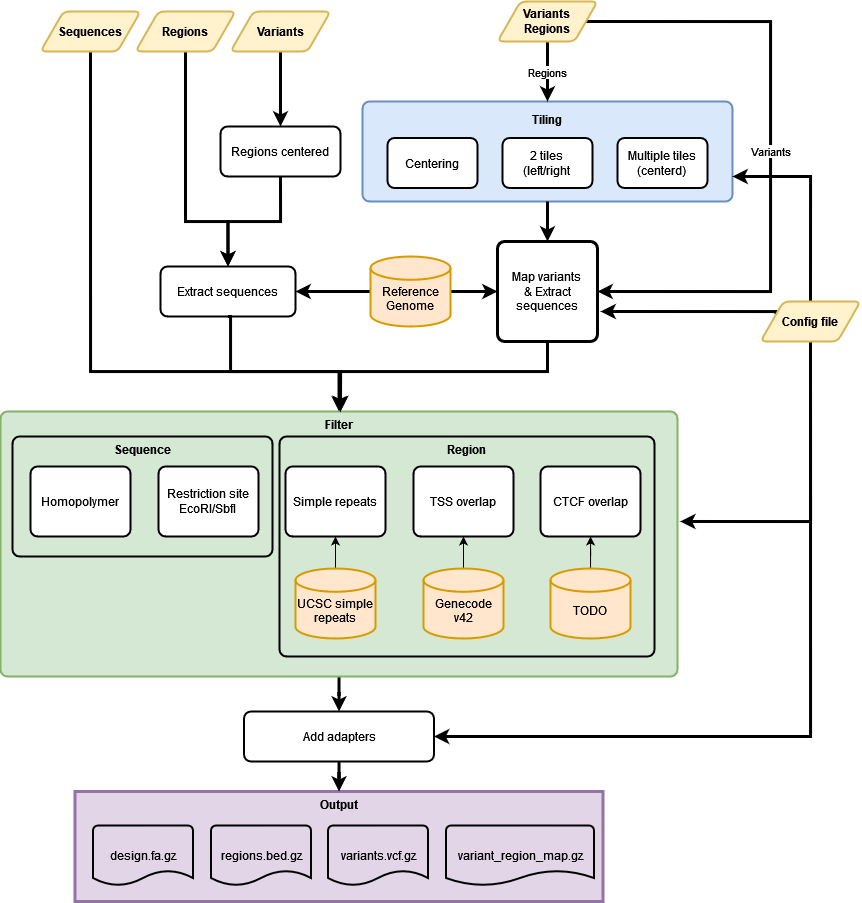
Before: MPRAOligoDesign.png, a diagram exported from draw.io (kircherlab/MPRAOligoDesign). Source tidied: cells renumbered, new cells last; positions are measured from the earlier drawing's top-left corner, leaving out a move shared by most shapes.
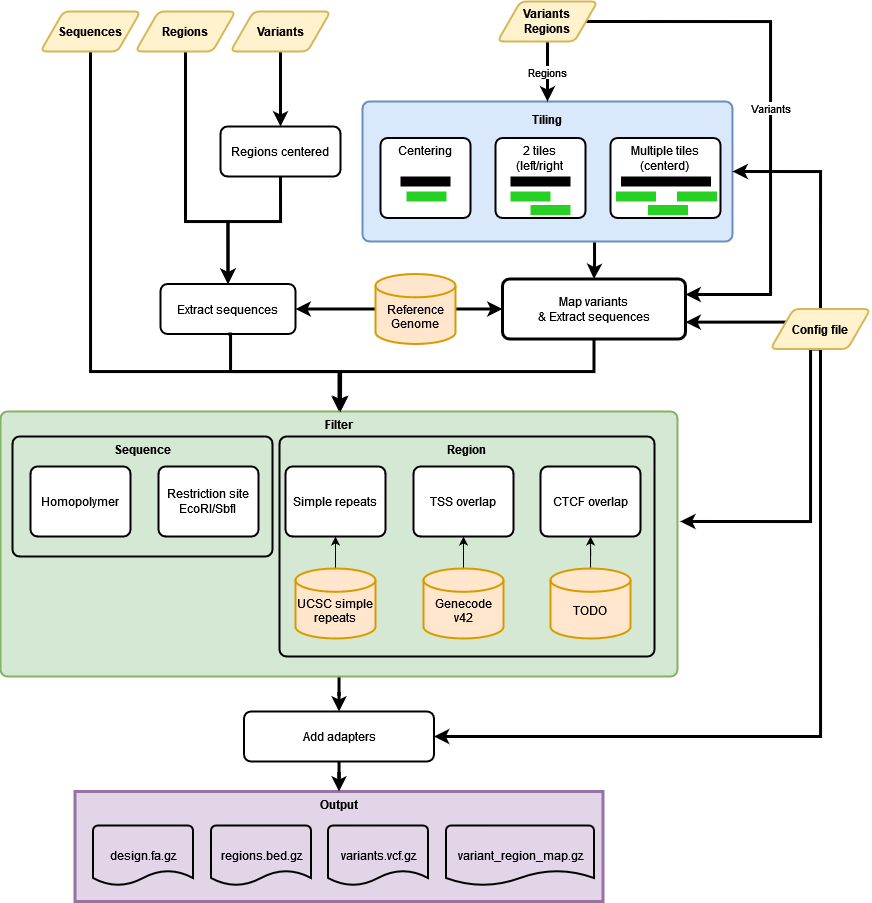
The same file after the commit.

Diff of the diagram source:
```diff
@@ -3,7 +3,7 @@
     <mxCell id="0" />
     <mxCell id="1" parent="0" />
     <mxCell id="2" value="&lt;p style=&quot;line-height: 0%;&quot;&gt;Tiling&lt;/p&gt;" style="rounded=1;whiteSpace=wrap;html=1;absoluteArcSize=1;arcSize=14;strokeWidth=2;glass=0;fillColor=#dae8fc;horizontal=1;verticalAlign=top;strokeColor=#6c8ebf;fontStyle=1;" parent="1" vertex="1">
-      <mxGeometry x="362" y="100" width="370" height="100" as="geometry" />
+      <mxGeometry x="362" y="100" width="370" height="140" as="geometry" />
     </mxCell>
     <mxCell id="3" style="edgeStyle=orthogonalEdgeStyle;rounded=0;jumpSize=6;jettySize=auto;html=1;shadow=0;strokeWidth=3;" parent="1" edge="1" source="4" target="53">
       <mxGeometry relative="1" as="geometry" />
@@ -48,11 +48,12 @@
     <mxCell id="13" value="Regions" style="edgeStyle=orthogonalEdgeStyle;rounded=0;jettySize=auto;html=1;exitX=0.5;exitY=1;exitDx=0;exitDy=0;entryX=0.5;entryY=0;entryDx=0;entryDy=0;strokeWidth=3;" parent="1" edge="1" source="15" target="2">
       <mxGeometry relative="1" as="geometry" />
     </mxCell>
-    <mxCell id="14" value="Variants" style="edgeStyle=orthogonalEdgeStyle;rounded=0;jettySize=auto;html=1;exitX=1;exitY=0.5;exitDx=0;exitDy=0;entryX=1;entryY=0.5;entryDx=0;entryDy=0;shadow=0;jumpSize=6;strokeWidth=3;" parent="1" edge="1" source="15" target="35">
+    <mxCell id="14" value="Variants" style="edgeStyle=orthogonalEdgeStyle;rounded=0;jettySize=auto;html=1;exitX=1;exitY=0.5;exitDx=0;exitDy=0;entryX=1;entryY=0.25;entryDx=0;entryDy=0;shadow=0;jumpSize=6;strokeWidth=3;" parent="1" edge="1" source="15" target="35">
       <mxGeometry relative="1" as="geometry">
         <Array as="points">
           <mxPoint x="770" y="20" />
-          <mxPoint x="770" y="290" />
+          <mxPoint x="770" y="293" />
+          <mxPoint x="685" y="293" />
         </Array>
       </mxGeometry>
     </mxCell>
@@ -66,7 +67,7 @@
       <mxGeometry relative="1" as="geometry" />
     </mxCell>
     <mxCell id="18" value="&lt;div&gt;&lt;br&gt;&lt;/div&gt;&lt;div&gt;Reference Genome&lt;/div&gt;" style="strokeWidth=2;html=1;shape=mxgraph.flowchart.database;whiteSpace=wrap;fillColor=#ffe6cc;strokeColor=#d79b00;" parent="1" vertex="1">
-      <mxGeometry x="370" y="255" width="80" height="70" as="geometry" />
+      <mxGeometry x="375" y="272.5" width="80" height="70" as="geometry" />
     </mxCell>
     <mxCell id="19" style="edgeStyle=orthogonalEdgeStyle;rounded=0;jettySize=auto;html=1;" parent="1" edge="1" source="20" target="29">
       <mxGeometry relative="1" as="geometry" />
@@ -95,7 +96,7 @@
       </mxGeometry>
     </mxCell>
     <mxCell id="24" value="Extract sequences" style="rounded=1;whiteSpace=wrap;html=1;absoluteArcSize=1;arcSize=14;strokeWidth=2;glass=0;fillColor=none;" parent="1" vertex="1">
-      <mxGeometry x="160" y="265" width="135" height="50" as="geometry" />
+      <mxGeometry x="160" y="282.5" width="135" height="50" as="geometry" />
     </mxCell>
     <mxCell id="25" value="CTCF overlap" style="rounded=1;whiteSpace=wrap;html=1;absoluteArcSize=1;arcSize=14;strokeWidth=2;glass=0;" parent="1" vertex="1">
       <mxGeometry x="540" y="465" width="100" height="70" as="geometry" />
@@ -128,29 +129,17 @@
       <mxGeometry relative="1" as="geometry">
         <mxPoint x="340" y="410" as="targetPoint" />
         <Array as="points">
-          <mxPoint x="547" y="370" />
+          <mxPoint x="594" y="370" />
           <mxPoint x="340" y="370" />
         </Array>
       </mxGeometry>
     </mxCell>
     <mxCell id="35" value="Map variants&lt;br&gt;&amp;amp; Extract sequences" style="rounded=1;whiteSpace=wrap;html=1;absoluteArcSize=1;arcSize=14;strokeWidth=3;fillColor=none;" parent="1" vertex="1">
-      <mxGeometry x="497" y="240" width="100" height="100" as="geometry" />
+      <mxGeometry x="502" y="277.5" width="183" height="60" as="geometry" />
     </mxCell>
-    <mxCell id="36" style="edgeStyle=orthogonalEdgeStyle;rounded=0;jumpSize=6;jettySize=auto;html=1;shadow=0;strokeWidth=3;" parent="1" edge="1" source="2" target="35">
+    <mxCell id="36" style="edgeStyle=orthogonalEdgeStyle;rounded=0;jumpSize=6;jettySize=auto;html=1;shadow=0;strokeWidth=3;exitX=0.627;exitY=1.007;exitDx=0;exitDy=0;exitPerimeter=0;" parent="1" edge="1" source="2" target="35">
       <mxGeometry relative="1" as="geometry" />
     </mxCell>
-    <mxCell id="37" style="group;fillColor=none;rounded=0;glass=0;" parent="1" vertex="1">
-      <mxGeometry x="387" y="136.5" width="350" height="75" as="geometry" />
-    </mxCell>
-    <mxCell id="38" value="&lt;div align=&quot;center&quot;&gt;Centering&lt;/div&gt;" style="rounded=1;whiteSpace=wrap;html=1;absoluteArcSize=1;arcSize=14;strokeWidth=2;align=center;" parent="37" vertex="1">
-      <mxGeometry width="90" height="50" as="geometry" />
-    </mxCell>
-    <mxCell id="39" value="&lt;div&gt;2 tiles&lt;/div&gt;&lt;div&gt;(left/right&lt;br&gt;&lt;/div&gt;" style="rounded=1;whiteSpace=wrap;html=1;absoluteArcSize=1;arcSize=14;strokeWidth=2;align=center;" parent="37" vertex="1">
-      <mxGeometry x="115" width="90" height="50" as="geometry" />
-    </mxCell>
-    <mxCell id="40" value="Multiple tiles&lt;br&gt;(centerd)" style="rounded=1;whiteSpace=wrap;html=1;absoluteArcSize=1;arcSize=14;strokeWidth=2;align=center;" parent="37" vertex="1">
-      <mxGeometry x="230" width="90" height="50" as="geometry" />
-    </mxCell>
     <mxCell id="41" style="group;" parent="1" vertex="1">
       <mxGeometry x="74.5" y="790" width="528" height="110" as="geometry" />
     </mxCell>
@@ -169,13 +158,8 @@
     <mxCell id="46" value="variant_region_map.gz" style="strokeWidth=2;html=1;shape=mxgraph.flowchart.document2;whiteSpace=wrap;size=0.25;strokeColor=#000000;fillColor=none;" parent="41" vertex="1">
       <mxGeometry x="371" y="34" width="148" height="60" as="geometry" />
     </mxCell>
-    <mxCell id="47" style="edgeStyle=orthogonalEdgeStyle;rounded=0;jumpSize=6;jettySize=auto;html=1;exitX=0;exitY=0.25;exitDx=0;exitDy=0;shadow=0;strokeWidth=3;" parent="1" edge="1" source="51">
-      <mxGeometry relative="1" as="geometry">
-        <mxPoint x="600" y="310" as="targetPoint" />
-        <Array as="points">
-          <mxPoint x="776" y="310" />
-        </Array>
-      </mxGeometry>
+    <mxCell id="47" style="edgeStyle=orthogonalEdgeStyle;rounded=0;jumpSize=6;jettySize=auto;html=1;exitX=0;exitY=0.25;exitDx=0;exitDy=0;shadow=0;strokeWidth=3;entryX=1;entryY=0.719;entryDx=0;entryDy=0;entryPerimeter=0;" parent="1" edge="1" source="51" target="35">
+      <mxGeometry relative="1" as="geometry" />
     </mxCell>
     <mxCell id="48" style="edgeStyle=orthogonalEdgeStyle;rounded=0;jumpSize=6;jettySize=auto;html=1;exitX=0.5;exitY=1;exitDx=0;exitDy=0;entryX=1.004;entryY=0.415;entryDx=0;entryDy=0;entryPerimeter=0;shadow=0;strokeWidth=3;" parent="1" edge="1" source="51" target="4">
       <mxGeometry relative="1" as="geometry">
@@ -184,14 +168,14 @@
         </Array>
       </mxGeometry>
     </mxCell>
-    <mxCell id="49" style="edgeStyle=orthogonalEdgeStyle;rounded=0;jumpSize=6;jettySize=auto;html=1;exitX=0.5;exitY=0;exitDx=0;exitDy=0;entryX=1;entryY=0.75;entryDx=0;entryDy=0;shadow=0;strokeWidth=3;" parent="1" edge="1" source="51" target="2">
+    <mxCell id="49" style="edgeStyle=orthogonalEdgeStyle;rounded=0;jumpSize=6;jettySize=auto;html=1;exitX=0.5;exitY=0;exitDx=0;exitDy=0;entryX=1;entryY=0.5;entryDx=0;entryDy=0;shadow=0;strokeWidth=3;" parent="1" edge="1" source="51" target="2">
       <mxGeometry relative="1" as="geometry" />
     </mxCell>
     <mxCell id="50" style="edgeStyle=orthogonalEdgeStyle;rounded=0;jumpSize=6;jettySize=auto;html=1;exitX=0.5;exitY=1;exitDx=0;exitDy=0;entryX=1;entryY=0.5;entryDx=0;entryDy=0;shadow=0;strokeWidth=3;" parent="1" edge="1" source="51" target="53">
       <mxGeometry relative="1" as="geometry" />
     </mxCell>
     <mxCell id="51" value="Config file" style="shape=parallelogram;html=1;strokeWidth=2;perimeter=parallelogramPerimeter;whiteSpace=wrap;rounded=1;arcSize=12;size=0.23;fillColor=#fff2cc;strokeColor=#d6b656;fontStyle=1;" parent="1" vertex="1">
-      <mxGeometry x="760" y="300" width="100" height="40" as="geometry" />
+      <mxGeometry x="770" y="307.5" width="100" height="40" as="geometry" />
     </mxCell>
     <mxCell id="52" style="edgeStyle=orthogonalEdgeStyle;rounded=0;jumpSize=6;jettySize=auto;html=1;shadow=0;strokeWidth=3;" parent="1" edge="1" source="53" target="42">
       <mxGeometry relative="1" as="geometry" />
@@ -199,5 +183,62 @@
     <mxCell id="53" value="Add adapters" style="rounded=1;whiteSpace=wrap;html=1;absoluteArcSize=1;arcSize=14;strokeWidth=2;glass=0;fillColor=none;" parent="1" vertex="1">
       <mxGeometry x="243.5" y="710" width="190" height="50" as="geometry" />
     </mxCell>
+    <mxCell id="54" style="group;" parent="1" vertex="1">
+      <mxGeometry x="610" y="136.5" width="110" height="80" as="geometry" />
+    </mxCell>
+    <mxCell id="40" value="Multiple tiles&lt;br&gt;(centerd)" style="rounded=1;whiteSpace=wrap;html=1;absoluteArcSize=1;arcSize=14;strokeWidth=2;align=center;verticalAlign=top;" parent="54" vertex="1">
+      <mxGeometry width="110" height="80" as="geometry" />
+    </mxCell>
+    <mxCell id="55" style="group;" parent="54" vertex="1">
+      <mxGeometry x="5.5" y="38.5" width="101" height="38.5" as="geometry" />
+    </mxCell>
+    <mxCell id="56" style="rounded=0;whiteSpace=wrap;html=1;strokeColor=none;strokeWidth=3;fillColor=#000000;" parent="55" vertex="1">
+      <mxGeometry x="5" width="90" height="10" as="geometry" />
+    </mxCell>
+    <mxCell id="57" style="rounded=0;whiteSpace=wrap;html=1;strokeColor=none;strokeWidth=3;fillColor=#27d123;" parent="55" vertex="1">
+      <mxGeometry y="15" width="40" height="10" as="geometry" />
+    </mxCell>
+    <mxCell id="58" style="rounded=0;whiteSpace=wrap;html=1;strokeColor=none;strokeWidth=3;fillColor=#27d123;" parent="55" vertex="1">
+      <mxGeometry x="61" y="15" width="40" height="10" as="geometry" />
+    </mxCell>
+    <mxCell id="59" style="rounded=0;whiteSpace=wrap;html=1;strokeColor=none;strokeWidth=3;fillColor=#27d123;" parent="55" vertex="1">
+      <mxGeometry x="32" y="28.5" width="40" height="10" as="geometry" />
+    </mxCell>
+    <mxCell id="60" style="group;" parent="1" vertex="1">
+      <mxGeometry x="495" y="136.5" width="90" height="80" as="geometry" />
+    </mxCell>
+    <mxCell id="39" value="&lt;div&gt;2 tiles&lt;/div&gt;&lt;div&gt;(left/right&lt;br&gt;&lt;/div&gt;" style="rounded=1;whiteSpace=wrap;html=1;absoluteArcSize=1;arcSize=14;strokeWidth=2;align=center;verticalAlign=top;" parent="60" vertex="1">
+      <mxGeometry width="90" height="80" as="geometry" />
+    </mxCell>
+    <mxCell id="61" style="group;" parent="60" vertex="1">
+      <mxGeometry x="15" y="38.5" width="60" height="38.5" as="geometry" />
+    </mxCell>
+    <mxCell id="62" style="rounded=0;whiteSpace=wrap;html=1;strokeColor=none;strokeWidth=3;fillColor=#000000;" parent="61" vertex="1">
+      <mxGeometry width="60" height="10" as="geometry" />
+    </mxCell>
+    <mxCell id="63" style="rounded=0;whiteSpace=wrap;html=1;strokeColor=none;strokeWidth=3;fillColor=#27d123;" parent="61" vertex="1">
+      <mxGeometry y="15" width="40" height="10" as="geometry" />
+    </mxCell>
+    <mxCell id="64" style="rounded=0;whiteSpace=wrap;html=1;strokeColor=none;strokeWidth=3;fillColor=#27d123;" parent="61" vertex="1">
+      <mxGeometry x="20" y="28.5" width="40" height="10" as="geometry" />
+    </mxCell>
+    <mxCell id="65" style="group;" parent="1" vertex="1">
+      <mxGeometry x="380" y="136.5" width="90" height="80" as="geometry" />
+    </mxCell>
+    <mxCell id="38" value="&lt;div align=&quot;center&quot;&gt;Centering&lt;/div&gt;" style="rounded=1;whiteSpace=wrap;html=1;absoluteArcSize=1;arcSize=14;strokeWidth=2;align=center;verticalAlign=top;" parent="65" vertex="1">
+      <mxGeometry width="90" height="80" as="geometry" />
+    </mxCell>
+    <mxCell id="66" style="group;" parent="65" vertex="1">
+      <mxGeometry x="20" y="38.5" width="50" height="25" as="geometry" />
+    </mxCell>
+    <mxCell id="67" style="group;" parent="66" vertex="1">
+      <mxGeometry width="50" height="25" as="geometry" />
+    </mxCell>
+    <mxCell id="68" style="rounded=0;whiteSpace=wrap;html=1;strokeColor=none;strokeWidth=3;fillColor=#000000;" parent="67" vertex="1">
+      <mxGeometry width="50" height="10" as="geometry" />
+    </mxCell>
+    <mxCell id="69" style="rounded=0;whiteSpace=wrap;html=1;strokeColor=none;strokeWidth=3;fillColor=#27d123;" parent="67" vertex="1">
+      <mxGeometry x="6" y="15" width="40" height="10" as="geometry" />
+    </mxCell>
   </root>
 </mxGraphModel>
```
